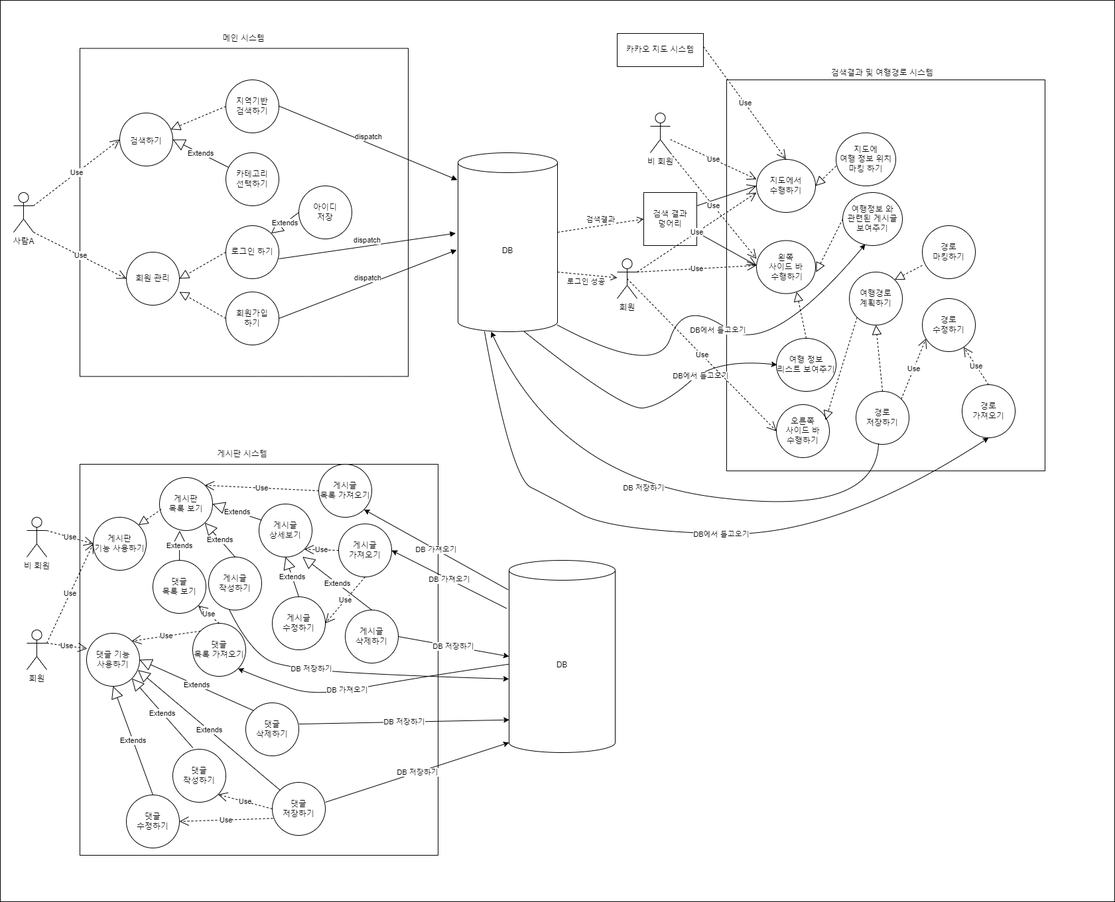
Before: usecase.drawio.png, a diagram exported from draw.io (kimhaechang1/enjoytrip). Source tidied: cells renumbered, new cells last; positions are measured from the earlier drawing's top-left corner, leaving out a move shared by most shapes.
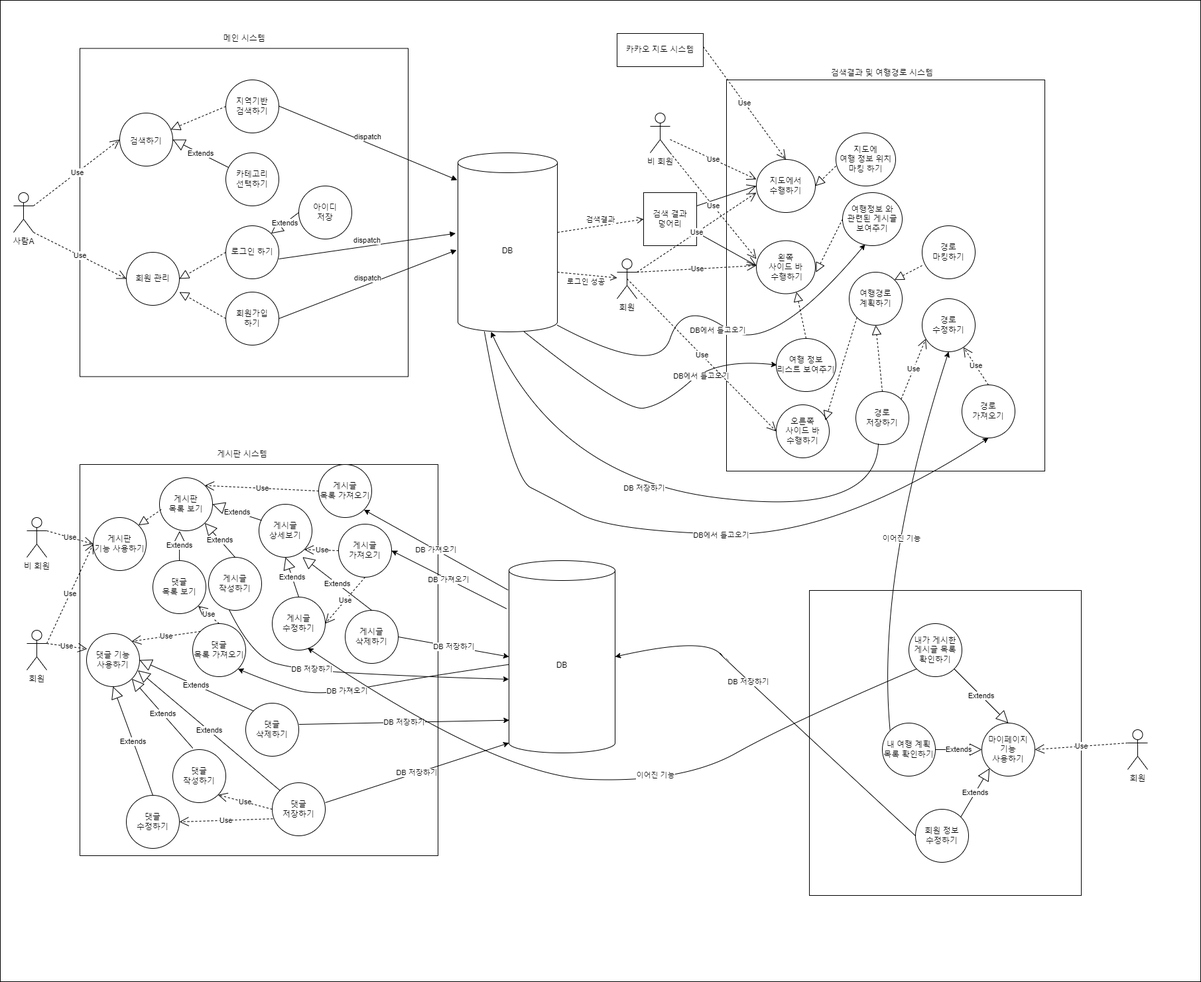
The same file after the commit.

Commit message:
usecase.drawio.png 진짜 최종본

Diff of the diagram source:
```diff
@@ -1,9 +1,9 @@
-<mxGraphModel>
+<mxGraphModel background="#ffffff">
   <root>
     <mxCell id="0" />
     <mxCell id="1" parent="0" />
-    <mxCell id="2" style="rounded=0;whiteSpace=wrap;html=1;" parent="1" vertex="1">
-      <mxGeometry width="1680" height="1360" as="geometry" />
+    <mxCell id="2" style="rounded=0;whiteSpace=wrap;html=1;strokeColor=#000000;" parent="1" vertex="1">
+      <mxGeometry width="1810" height="1480" as="geometry" />
     </mxCell>
     <mxCell id="3" style="whiteSpace=wrap;html=1;" parent="1" vertex="1">
       <mxGeometry x="120" y="72.5" width="495" height="495" as="geometry" />
@@ -417,5 +417,70 @@
     <mxCell id="115" value="Use" style="endArrow=open;endSize=12;dashed=1;html=1;rounded=0;entryX=1;entryY=0;entryDx=0;entryDy=0;exitX=0;exitY=0;exitDx=0;exitDy=0;" parent="1" edge="1" source="75" target="82">
       <mxGeometry relative="1" as="geometry" />
     </mxCell>
+    <mxCell id="116" style="rounded=0;whiteSpace=wrap;html=1;" parent="1" vertex="1">
+      <mxGeometry x="1220" y="890" width="410" height="460" as="geometry" />
+    </mxCell>
+    <mxCell id="117" value="회원" style="shape=umlActor;verticalLabelPosition=bottom;verticalAlign=top;html=1;outlineConnect=0;" parent="1" vertex="1">
+      <mxGeometry x="1700" y="1100" width="30" height="60" as="geometry" />
+    </mxCell>
+    <mxCell id="118" value="마이페이지&lt;br&gt;기능&lt;br&gt;사용하기" style="ellipse;whiteSpace=wrap;html=1;" parent="1" vertex="1">
+      <mxGeometry x="1480" y="1090" width="80" height="80" as="geometry" />
+    </mxCell>
+    <mxCell id="119" value="내가 게시한 &lt;br&gt;게시글 목록 &lt;br&gt;확인하기" style="ellipse;whiteSpace=wrap;html=1;" parent="1" vertex="1">
+      <mxGeometry x="1370" y="940" width="80" height="80" as="geometry" />
+    </mxCell>
+    <mxCell id="120" value="회원 정보 &lt;br&gt;수정하기" style="ellipse;whiteSpace=wrap;html=1;" parent="1" vertex="1">
+      <mxGeometry x="1380" y="1220" width="80" height="80" as="geometry" />
+    </mxCell>
+    <mxCell id="121" value="내 여행 계획 목록 확인하기" style="ellipse;whiteSpace=wrap;html=1;" parent="1" vertex="1">
+      <mxGeometry x="1330" y="1090" width="80" height="80" as="geometry" />
+    </mxCell>
+    <mxCell id="122" value="Use" style="endArrow=open;endSize=12;dashed=1;html=1;rounded=0;exitX=0;exitY=0.3333333333333333;exitDx=0;exitDy=0;exitPerimeter=0;entryX=1;entryY=0.5;entryDx=0;entryDy=0;" parent="1" edge="1" source="117" target="118">
+      <mxGeometry relative="1" as="geometry" />
+    </mxCell>
+    <mxCell id="123" value="Extends" style="endArrow=block;endSize=16;endFill=0;html=1;rounded=0;exitX=1;exitY=1;exitDx=0;exitDy=0;entryX=0.5;entryY=0;entryDx=0;entryDy=0;" parent="1" edge="1" source="119" target="118">
+      <mxGeometry relative="1" as="geometry" />
+    </mxCell>
+    <mxCell id="124" value="Extends" style="endArrow=block;endSize=16;endFill=0;html=1;rounded=0;exitX=1;exitY=0.5;exitDx=0;exitDy=0;entryX=0;entryY=0.5;entryDx=0;entryDy=0;" parent="1" edge="1" source="121" target="118">
+      <mxGeometry relative="1" as="geometry" />
+    </mxCell>
+    <mxCell id="125" value="Extends" style="endArrow=block;endSize=16;endFill=0;html=1;rounded=0;exitX=1;exitY=0;exitDx=0;exitDy=0;entryX=0;entryY=1;entryDx=0;entryDy=0;" parent="1" edge="1" source="120" target="118">
+      <mxGeometry relative="1" as="geometry" />
+    </mxCell>
+    <mxCell id="126" style="curved=1;endArrow=classic;html=1;rounded=0;exitX=0;exitY=0;exitDx=0;exitDy=0;entryX=0.5;entryY=1;entryDx=0;entryDy=0;" parent="1" edge="1" source="121" target="59">
+      <mxGeometry relative="1" as="geometry">
+        <Array as="points">
+          <mxPoint x="1320" y="870" />
+        </Array>
+      </mxGeometry>
+    </mxCell>
+    <mxCell id="127" value="이어진 기능" style="edgeLabel;html=1;align=center;verticalAlign=middle;" parent="126" vertex="1">
+      <mxGeometry x="0.02" y="-19" relative="1" as="geometry">
+        <mxPoint y="-1" as="offset" />
+      </mxGeometry>
+    </mxCell>
+    <mxCell id="128" style="curved=1;endArrow=classic;html=1;rounded=0;entryX=0.667;entryY=0.958;entryDx=0;entryDy=0;entryPerimeter=0;exitX=0;exitY=1;exitDx=0;exitDy=0;" parent="1" edge="1" source="119" target="78">
+      <mxGeometry relative="1" as="geometry">
+        <Array as="points">
+          <mxPoint x="1190" y="1090" />
+          <mxPoint x="1030" y="1180" />
+          <mxPoint x="750" y="1170" />
+        </Array>
+      </mxGeometry>
+    </mxCell>
+    <mxCell id="129" value="이어진 기능" style="edgeLabel;html=1;align=center;verticalAlign=middle;" parent="128" vertex="1">
+      <mxGeometry x="-0.15" y="-10" relative="1" as="geometry" />
+    </mxCell>
+    <mxCell id="130" style="curved=1;endArrow=classic;html=1;rounded=0;entryX=1;entryY=0.5;entryDx=0;entryDy=0;entryPerimeter=0;exitX=0;exitY=0.5;exitDx=0;exitDy=0;" parent="1" edge="1" source="120" target="67">
+      <mxGeometry relative="1" as="geometry">
+        <Array as="points">
+          <mxPoint x="1110" y="1010" />
+          <mxPoint x="1060" y="960" />
+        </Array>
+      </mxGeometry>
+    </mxCell>
+    <mxCell id="131" value="DB 저장하기" style="edgeLabel;html=1;align=center;verticalAlign=middle;" parent="130" vertex="1">
+      <mxGeometry x="0.19" y="1" relative="1" as="geometry" />
+    </mxCell>
   </root>
 </mxGraphModel>
```
